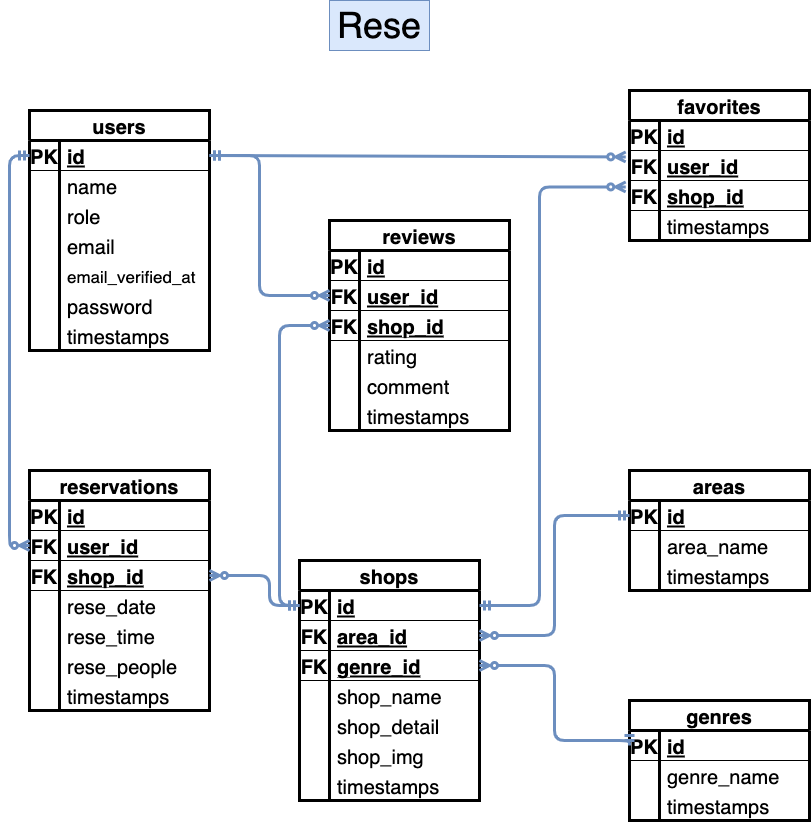
Before: src/Rese.drawio.png, a diagram exported from draw.io (atsukonakazawa/20240316_atsukonakazawa_rese). Source tidied: cells renumbered, new cells last; positions are measured from the earlier drawing's top-left corner, leaving out a move shared by most shapes.
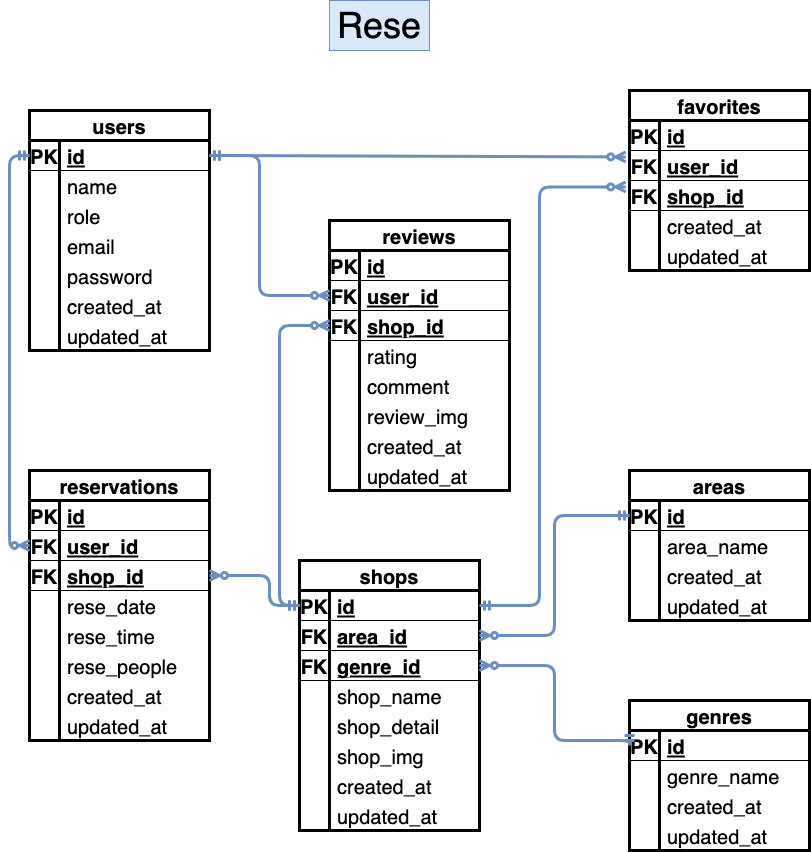
After the change.

Change to the diagram source:
```diff
@@ -44,17 +44,8 @@
     <mxCell id="15" value="email" style="shape=partialRectangle;fillColor=none;top=0;left=0;bottom=0;right=0;align=left;spacingLeft=6;overflow=hidden;labelBackgroundColor=none;fontSize=20;" parent="13" vertex="1">
       <mxGeometry x="30" width="150" height="30" as="geometry" />
     </mxCell>
-    <mxCell id="16" style="shape=tableRow;horizontal=0;startSize=0;swimlaneHead=0;swimlaneBody=0;fillColor=none;top=0;left=0;right=0;bottom=0;labelBackgroundColor=none;fontSize=20;" parent="3" vertex="1">
-      <mxGeometry y="150" width="180" height="30" as="geometry" />
-    </mxCell>
-    <mxCell id="17" style="shape=partialRectangle;fillColor=none;top=0;left=0;bottom=0;right=0;overflow=hidden;labelBackgroundColor=none;fontSize=20;" parent="16" vertex="1">
-      <mxGeometry width="30" height="30" as="geometry" />
-    </mxCell>
-    <mxCell id="18" value="email_verified_at" style="shape=partialRectangle;fillColor=none;top=0;left=0;bottom=0;right=0;align=left;spacingLeft=6;overflow=hidden;labelBackgroundColor=none;fontSize=17;" parent="16" vertex="1">
-      <mxGeometry x="30" width="150" height="30" as="geometry" />
-    </mxCell>
     <mxCell id="19" style="shape=tableRow;horizontal=0;startSize=0;swimlaneHead=0;swimlaneBody=0;fillColor=none;top=0;left=0;right=0;bottom=0;labelBackgroundColor=none;fontSize=20;" parent="3" vertex="1">
-      <mxGeometry y="180" width="180" height="30" as="geometry" />
+      <mxGeometry y="150" width="180" height="30" as="geometry" />
     </mxCell>
     <mxCell id="20" style="shape=partialRectangle;fillColor=none;top=0;left=0;bottom=0;right=0;overflow=hidden;labelBackgroundColor=none;fontSize=20;" parent="19" vertex="1">
       <mxGeometry width="30" height="30" as="geometry" />
@@ -62,17 +53,26 @@
     <mxCell id="21" value="password" style="shape=partialRectangle;fillColor=none;top=0;left=0;bottom=0;right=0;align=left;spacingLeft=6;overflow=hidden;labelBackgroundColor=none;fontSize=20;" parent="19" vertex="1">
       <mxGeometry x="30" width="150" height="30" as="geometry" />
     </mxCell>
+    <mxCell id="129" style="shape=tableRow;horizontal=0;startSize=0;swimlaneHead=0;swimlaneBody=0;fillColor=none;top=0;left=0;right=0;bottom=0;labelBackgroundColor=none;fontSize=20;" parent="3" vertex="1">
+      <mxGeometry y="180" width="180" height="30" as="geometry" />
+    </mxCell>
+    <mxCell id="130" style="shape=partialRectangle;fillColor=none;top=0;left=0;bottom=0;right=0;overflow=hidden;labelBackgroundColor=none;fontSize=20;" parent="129" vertex="1">
+      <mxGeometry width="30" height="30" as="geometry" />
+    </mxCell>
+    <mxCell id="131" value="created_at" style="shape=partialRectangle;fillColor=none;top=0;left=0;bottom=0;right=0;align=left;spacingLeft=6;overflow=hidden;labelBackgroundColor=none;fontSize=20;" parent="129" vertex="1">
+      <mxGeometry x="30" width="150" height="30" as="geometry" />
+    </mxCell>
     <mxCell id="22" style="shape=tableRow;horizontal=0;startSize=0;swimlaneHead=0;swimlaneBody=0;fillColor=none;top=0;left=0;right=0;bottom=0;labelBackgroundColor=none;fontSize=20;" parent="3" vertex="1">
       <mxGeometry y="210" width="180" height="30" as="geometry" />
     </mxCell>
     <mxCell id="23" style="shape=partialRectangle;fillColor=none;top=0;left=0;bottom=0;right=0;overflow=hidden;labelBackgroundColor=none;fontSize=20;" parent="22" vertex="1">
       <mxGeometry width="30" height="30" as="geometry" />
     </mxCell>
-    <mxCell id="24" value="timestamps" style="shape=partialRectangle;fillColor=none;top=0;left=0;bottom=0;right=0;align=left;spacingLeft=6;overflow=hidden;labelBackgroundColor=none;fontSize=20;" parent="22" vertex="1">
+    <mxCell id="24" value="updated_at" style="shape=partialRectangle;fillColor=none;top=0;left=0;bottom=0;right=0;align=left;spacingLeft=6;overflow=hidden;labelBackgroundColor=none;fontSize=20;" parent="22" vertex="1">
       <mxGeometry x="30" width="150" height="30" as="geometry" />
     </mxCell>
     <mxCell id="25" value="areas" style="shape=table;startSize=30;rowLines=0;fontStyle=1;align=center;fontSize=20;strokeWidth=3;" parent="1" vertex="1">
-      <mxGeometry x="600" y="470" width="180" height="120" as="geometry" />
+      <mxGeometry x="600" y="470" width="180" height="150" as="geometry" />
     </mxCell>
     <mxCell id="26" style="shape=tableRow;horizontal=0;startSize=0;swimlaneHead=0;swimlaneBody=0;fillColor=none;points=[[0,0.5],[1,0.5]];portConstraint=eastwest;top=0;left=0;right=0;bottom=1;fontSize=20;" parent="25" vertex="1">
       <mxGeometry y="30" width="180" height="30" as="geometry" />
@@ -98,11 +98,20 @@
     <mxCell id="33" style="shape=partialRectangle;fillColor=none;top=0;left=0;bottom=0;right=0;overflow=hidden;fontSize=20;" parent="32" vertex="1">
       <mxGeometry width="30" height="30" as="geometry" />
     </mxCell>
-    <mxCell id="34" value="timestamps" style="shape=partialRectangle;fillColor=none;top=0;left=0;bottom=0;right=0;align=left;spacingLeft=6;overflow=hidden;fontSize=20;" parent="32" vertex="1">
+    <mxCell id="34" value="created_at" style="shape=partialRectangle;fillColor=none;top=0;left=0;bottom=0;right=0;align=left;spacingLeft=6;overflow=hidden;fontSize=20;" parent="32" vertex="1">
       <mxGeometry x="30" width="150" height="30" as="geometry" />
     </mxCell>
+    <mxCell id="132" style="shape=tableRow;horizontal=0;startSize=0;swimlaneHead=0;swimlaneBody=0;fillColor=none;top=0;left=0;right=0;bottom=0;fontSize=20;" parent="25" vertex="1">
+      <mxGeometry y="120" width="180" height="30" as="geometry" />
+    </mxCell>
+    <mxCell id="133" style="shape=partialRectangle;fillColor=none;top=0;left=0;bottom=0;right=0;overflow=hidden;fontSize=20;" parent="132" vertex="1">
+      <mxGeometry width="30" height="30" as="geometry" />
+    </mxCell>
+    <mxCell id="134" value="updated_at" style="shape=partialRectangle;fillColor=none;top=0;left=0;bottom=0;right=0;align=left;spacingLeft=6;overflow=hidden;fontSize=20;" parent="132" vertex="1">
+      <mxGeometry x="30" width="150" height="30" as="geometry" />
+    </mxCell>
     <mxCell id="35" value="genres" style="shape=table;startSize=30;rowLines=0;fontStyle=1;align=center;fontSize=20;strokeWidth=3;" parent="1" vertex="1">
-      <mxGeometry x="600" y="700" width="180" height="120" as="geometry" />
+      <mxGeometry x="600" y="700" width="180" height="150" as="geometry" />
     </mxCell>
     <mxCell id="36" style="shape=tableRow;horizontal=0;startSize=0;swimlaneHead=0;swimlaneBody=0;fillColor=none;points=[[0,0.5],[1,0.5]];portConstraint=eastwest;top=0;left=0;right=0;bottom=1;fontSize=20;" parent="35" vertex="1">
       <mxGeometry y="30" width="180" height="30" as="geometry" />
@@ -128,11 +137,20 @@
     <mxCell id="43" style="shape=partialRectangle;fillColor=none;top=0;left=0;bottom=0;right=0;overflow=hidden;fontSize=20;" parent="42" vertex="1">
       <mxGeometry width="30" height="30" as="geometry" />
     </mxCell>
-    <mxCell id="44" value="timestamps" style="shape=partialRectangle;fillColor=none;top=0;left=0;bottom=0;right=0;align=left;spacingLeft=6;overflow=hidden;fontSize=20;" parent="42" vertex="1">
+    <mxCell id="44" value="created_at" style="shape=partialRectangle;fillColor=none;top=0;left=0;bottom=0;right=0;align=left;spacingLeft=6;overflow=hidden;fontSize=20;" parent="42" vertex="1">
       <mxGeometry x="30" width="150" height="30" as="geometry" />
     </mxCell>
+    <mxCell id="135" style="shape=tableRow;horizontal=0;startSize=0;swimlaneHead=0;swimlaneBody=0;fillColor=none;top=0;left=0;right=0;bottom=0;fontSize=20;" parent="35" vertex="1">
+      <mxGeometry y="120" width="180" height="30" as="geometry" />
+    </mxCell>
+    <mxCell id="136" style="shape=partialRectangle;fillColor=none;top=0;left=0;bottom=0;right=0;overflow=hidden;fontSize=20;" parent="135" vertex="1">
+      <mxGeometry width="30" height="30" as="geometry" />
+    </mxCell>
+    <mxCell id="137" value="updated_at" style="shape=partialRectangle;fillColor=none;top=0;left=0;bottom=0;right=0;align=left;spacingLeft=6;overflow=hidden;fontSize=20;" parent="135" vertex="1">
+      <mxGeometry x="30" width="150" height="30" as="geometry" />
+    </mxCell>
     <mxCell id="45" value="shops" style="shape=table;startSize=30;rowLines=0;fontStyle=1;align=center;labelBackgroundColor=none;fontSize=20;fillStyle=auto;strokeWidth=3;" parent="1" vertex="1">
-      <mxGeometry x="270" y="560" width="180" height="240" as="geometry" />
+      <mxGeometry x="270" y="560" width="180" height="270" as="geometry" />
     </mxCell>
     <mxCell id="46" style="shape=tableRow;horizontal=0;startSize=0;swimlaneHead=0;swimlaneBody=0;fillColor=none;points=[[0,0.5],[1,0.5]];portConstraint=eastwest;top=0;left=0;right=0;bottom=1;labelBackgroundColor=none;fontSize=20;" parent="45" vertex="1">
       <mxGeometry y="30" width="180" height="30" as="geometry" />
@@ -194,11 +212,20 @@
     <mxCell id="65" style="shape=partialRectangle;fillColor=none;top=0;left=0;bottom=0;right=0;overflow=hidden;labelBackgroundColor=none;fontSize=20;" parent="64" vertex="1">
       <mxGeometry width="30" height="30" as="geometry" />
     </mxCell>
-    <mxCell id="66" value="timestamps" style="shape=partialRectangle;fillColor=none;top=0;left=0;bottom=0;right=0;align=left;spacingLeft=6;overflow=hidden;labelBackgroundColor=none;fontSize=20;" parent="64" vertex="1">
+    <mxCell id="66" value="created_at" style="shape=partialRectangle;fillColor=none;top=0;left=0;bottom=0;right=0;align=left;spacingLeft=6;overflow=hidden;labelBackgroundColor=none;fontSize=20;" parent="64" vertex="1">
       <mxGeometry x="30" width="150" height="30" as="geometry" />
     </mxCell>
+    <mxCell id="138" style="shape=tableRow;horizontal=0;startSize=0;swimlaneHead=0;swimlaneBody=0;fillColor=none;top=0;left=0;right=0;bottom=0;labelBackgroundColor=none;fontSize=20;" parent="45" vertex="1">
+      <mxGeometry y="240" width="180" height="30" as="geometry" />
+    </mxCell>
+    <mxCell id="139" style="shape=partialRectangle;fillColor=none;top=0;left=0;bottom=0;right=0;overflow=hidden;labelBackgroundColor=none;fontSize=20;" parent="138" vertex="1">
+      <mxGeometry width="30" height="30" as="geometry" />
+    </mxCell>
+    <mxCell id="140" value="updated_at" style="shape=partialRectangle;fillColor=none;top=0;left=0;bottom=0;right=0;align=left;spacingLeft=6;overflow=hidden;labelBackgroundColor=none;fontSize=20;" parent="138" vertex="1">
+      <mxGeometry x="30" width="150" height="30" as="geometry" />
+    </mxCell>
     <mxCell id="67" value="favorites" style="shape=table;startSize=30;rowLines=0;fontStyle=1;align=center;labelBackgroundColor=none;fontSize=20;fillStyle=auto;strokeWidth=3;" parent="1" vertex="1">
-      <mxGeometry x="600" y="90" width="180" height="150" as="geometry" />
+      <mxGeometry x="600" y="90" width="180" height="180" as="geometry" />
     </mxCell>
     <mxCell id="68" style="shape=tableRow;horizontal=0;startSize=0;swimlaneHead=0;swimlaneBody=0;fillColor=none;top=0;left=0;right=0;bottom=1;labelBackgroundColor=none;fontSize=20;" parent="67" vertex="1">
       <mxGeometry y="30" width="180" height="30" as="geometry" />
@@ -233,11 +260,20 @@
     <mxCell id="78" style="shape=partialRectangle;fillColor=none;top=0;left=0;bottom=0;right=0;overflow=hidden;labelBackgroundColor=none;fontSize=20;" parent="77" vertex="1">
       <mxGeometry width="30" height="30" as="geometry" />
     </mxCell>
-    <mxCell id="79" value="timestamps" style="shape=partialRectangle;fillColor=none;top=0;left=0;bottom=0;right=0;align=left;spacingLeft=6;overflow=hidden;labelBackgroundColor=none;fontSize=20;" parent="77" vertex="1">
+    <mxCell id="79" value="created_at" style="shape=partialRectangle;fillColor=none;top=0;left=0;bottom=0;right=0;align=left;spacingLeft=6;overflow=hidden;labelBackgroundColor=none;fontSize=20;" parent="77" vertex="1">
       <mxGeometry x="30" width="150" height="30" as="geometry" />
     </mxCell>
+    <mxCell id="16" style="shape=tableRow;horizontal=0;startSize=0;swimlaneHead=0;swimlaneBody=0;fillColor=none;top=0;left=0;right=0;bottom=0;labelBackgroundColor=none;fontSize=20;" parent="67" vertex="1">
+      <mxGeometry y="150" width="180" height="30" as="geometry" />
+    </mxCell>
+    <mxCell id="141" style="shape=partialRectangle;fillColor=none;top=0;left=0;bottom=0;right=0;overflow=hidden;labelBackgroundColor=none;fontSize=20;" parent="16" vertex="1">
+      <mxGeometry width="30" height="30" as="geometry" />
+    </mxCell>
+    <mxCell id="142" value="updated_at" style="shape=partialRectangle;fillColor=none;top=0;left=0;bottom=0;right=0;align=left;spacingLeft=6;overflow=hidden;labelBackgroundColor=none;fontSize=20;" parent="16" vertex="1">
+      <mxGeometry x="30" width="150" height="30" as="geometry" />
+    </mxCell>
     <mxCell id="80" value="reservations" style="shape=table;startSize=30;rowLines=0;fontStyle=1;align=center;labelBackgroundColor=none;fontSize=20;fillStyle=auto;strokeWidth=3;" parent="1" vertex="1">
-      <mxGeometry y="470" width="180" height="240" as="geometry" />
+      <mxGeometry y="470" width="180" height="270" as="geometry" />
     </mxCell>
     <mxCell id="81" style="shape=tableRow;horizontal=0;startSize=0;swimlaneHead=0;swimlaneBody=0;fillColor=none;top=0;left=0;right=0;bottom=1;labelBackgroundColor=none;fontSize=20;" parent="80" vertex="1">
       <mxGeometry y="30" width="180" height="30" as="geometry" />
@@ -293,17 +329,26 @@
     <mxCell id="98" value="rese_people" style="shape=partialRectangle;fillColor=none;top=0;left=0;bottom=0;right=0;align=left;spacingLeft=6;overflow=hidden;labelBackgroundColor=none;fontSize=20;" parent="96" vertex="1">
       <mxGeometry x="30" width="150" height="30" as="geometry" />
     </mxCell>
+    <mxCell id="143" style="shape=tableRow;horizontal=0;startSize=0;swimlaneHead=0;swimlaneBody=0;fillColor=none;top=0;left=0;right=0;bottom=0;labelBackgroundColor=none;fontSize=20;" parent="80" vertex="1">
+      <mxGeometry y="210" width="180" height="30" as="geometry" />
+    </mxCell>
+    <mxCell id="144" style="shape=partialRectangle;fillColor=none;top=0;left=0;bottom=0;right=0;overflow=hidden;labelBackgroundColor=none;fontSize=20;" parent="143" vertex="1">
+      <mxGeometry width="30" height="30" as="geometry" />
+    </mxCell>
+    <mxCell id="145" value="created_at" style="shape=partialRectangle;fillColor=none;top=0;left=0;bottom=0;right=0;align=left;spacingLeft=6;overflow=hidden;labelBackgroundColor=none;fontSize=20;" parent="143" vertex="1">
+      <mxGeometry x="30" width="150" height="30" as="geometry" />
+    </mxCell>
     <mxCell id="99" style="shape=tableRow;horizontal=0;startSize=0;swimlaneHead=0;swimlaneBody=0;fillColor=none;top=0;left=0;right=0;bottom=0;labelBackgroundColor=none;fontSize=20;" parent="80" vertex="1">
-      <mxGeometry y="210" width="180" height="30" as="geometry" />
+      <mxGeometry y="240" width="180" height="30" as="geometry" />
     </mxCell>
     <mxCell id="100" style="shape=partialRectangle;fillColor=none;top=0;left=0;bottom=0;right=0;overflow=hidden;labelBackgroundColor=none;fontSize=20;" parent="99" vertex="1">
       <mxGeometry width="30" height="30" as="geometry" />
     </mxCell>
-    <mxCell id="101" value="timestamps" style="shape=partialRectangle;fillColor=none;top=0;left=0;bottom=0;right=0;align=left;spacingLeft=6;overflow=hidden;labelBackgroundColor=none;fontSize=20;" parent="99" vertex="1">
+    <mxCell id="101" value="updated_at" style="shape=partialRectangle;fillColor=none;top=0;left=0;bottom=0;right=0;align=left;spacingLeft=6;overflow=hidden;labelBackgroundColor=none;fontSize=20;" parent="99" vertex="1">
       <mxGeometry x="30" width="150" height="30" as="geometry" />
     </mxCell>
     <mxCell id="102" value="reviews" style="shape=table;startSize=30;rowLines=0;fontStyle=1;align=center;labelBackgroundColor=none;fontSize=20;fillStyle=auto;strokeWidth=3;" parent="1" vertex="1">
-      <mxGeometry x="300" y="220" width="180" height="210" as="geometry" />
+      <mxGeometry x="300" y="220" width="180" height="270" as="geometry" />
     </mxCell>
     <mxCell id="103" style="shape=tableRow;horizontal=0;startSize=0;swimlaneHead=0;swimlaneBody=0;fillColor=none;top=0;left=0;right=0;bottom=1;labelBackgroundColor=none;fontSize=20;" parent="102" vertex="1">
       <mxGeometry y="30" width="180" height="30" as="geometry" />
@@ -350,15 +395,33 @@
     <mxCell id="117" value="comment" style="shape=partialRectangle;fillColor=none;top=0;left=0;bottom=0;right=0;align=left;spacingLeft=6;overflow=hidden;labelBackgroundColor=none;fontSize=20;" parent="115" vertex="1">
       <mxGeometry x="30" width="150" height="30" as="geometry" />
     </mxCell>
+    <mxCell id="146" style="shape=tableRow;horizontal=0;startSize=0;swimlaneHead=0;swimlaneBody=0;fillColor=none;top=0;left=0;right=0;bottom=0;labelBackgroundColor=none;fontSize=20;" parent="102" vertex="1">
+      <mxGeometry y="180" width="180" height="30" as="geometry" />
+    </mxCell>
+    <mxCell id="147" style="shape=partialRectangle;fillColor=none;top=0;left=0;bottom=0;right=0;overflow=hidden;labelBackgroundColor=none;fontSize=20;" parent="146" vertex="1">
+      <mxGeometry width="30" height="30" as="geometry" />
+    </mxCell>
+    <mxCell id="148" value="review_img" style="shape=partialRectangle;fillColor=none;top=0;left=0;bottom=0;right=0;align=left;spacingLeft=6;overflow=hidden;labelBackgroundColor=none;fontSize=20;" parent="146" vertex="1">
+      <mxGeometry x="30" width="150" height="30" as="geometry" />
+    </mxCell>
     <mxCell id="118" style="shape=tableRow;horizontal=0;startSize=0;swimlaneHead=0;swimlaneBody=0;fillColor=none;top=0;left=0;right=0;bottom=0;labelBackgroundColor=none;fontSize=20;" parent="102" vertex="1">
-      <mxGeometry y="180" width="180" height="30" as="geometry" />
+      <mxGeometry y="210" width="180" height="30" as="geometry" />
     </mxCell>
     <mxCell id="119" style="shape=partialRectangle;fillColor=none;top=0;left=0;bottom=0;right=0;overflow=hidden;labelBackgroundColor=none;fontSize=20;" parent="118" vertex="1">
       <mxGeometry width="30" height="30" as="geometry" />
     </mxCell>
-    <mxCell id="120" value="timestamps" style="shape=partialRectangle;fillColor=none;top=0;left=0;bottom=0;right=0;align=left;spacingLeft=6;overflow=hidden;labelBackgroundColor=none;fontSize=20;" parent="118" vertex="1">
+    <mxCell id="120" value="created_at" style="shape=partialRectangle;fillColor=none;top=0;left=0;bottom=0;right=0;align=left;spacingLeft=6;overflow=hidden;labelBackgroundColor=none;fontSize=20;" parent="118" vertex="1">
       <mxGeometry x="30" width="150" height="30" as="geometry" />
     </mxCell>
+    <mxCell id="149" style="shape=tableRow;horizontal=0;startSize=0;swimlaneHead=0;swimlaneBody=0;fillColor=none;top=0;left=0;right=0;bottom=0;labelBackgroundColor=none;fontSize=20;" parent="102" vertex="1">
+      <mxGeometry y="240" width="180" height="30" as="geometry" />
+    </mxCell>
+    <mxCell id="150" style="shape=partialRectangle;fillColor=none;top=0;left=0;bottom=0;right=0;overflow=hidden;labelBackgroundColor=none;fontSize=20;" parent="149" vertex="1">
+      <mxGeometry width="30" height="30" as="geometry" />
+    </mxCell>
+    <mxCell id="151" value="updated_at" style="shape=partialRectangle;fillColor=none;top=0;left=0;bottom=0;right=0;align=left;spacingLeft=6;overflow=hidden;labelBackgroundColor=none;fontSize=20;" parent="149" vertex="1">
+      <mxGeometry x="30" width="150" height="30" as="geometry" />
+    </mxCell>
     <mxCell id="121" style="edgeStyle=orthogonalEdgeStyle;jettySize=auto;html=1;fontSize=20;startArrow=ERmandOne;startFill=0;endArrow=ERzeroToMany;endFill=0;entryX=0;entryY=0.5;entryDx=0;entryDy=0;exitX=0;exitY=0.5;exitDx=0;exitDy=0;fillColor=#dae8fc;strokeColor=#6c8ebf;strokeWidth=3;" parent="1" edge="1" source="4" target="84">
       <mxGeometry relative="1" as="geometry" />
     </mxCell>
```
